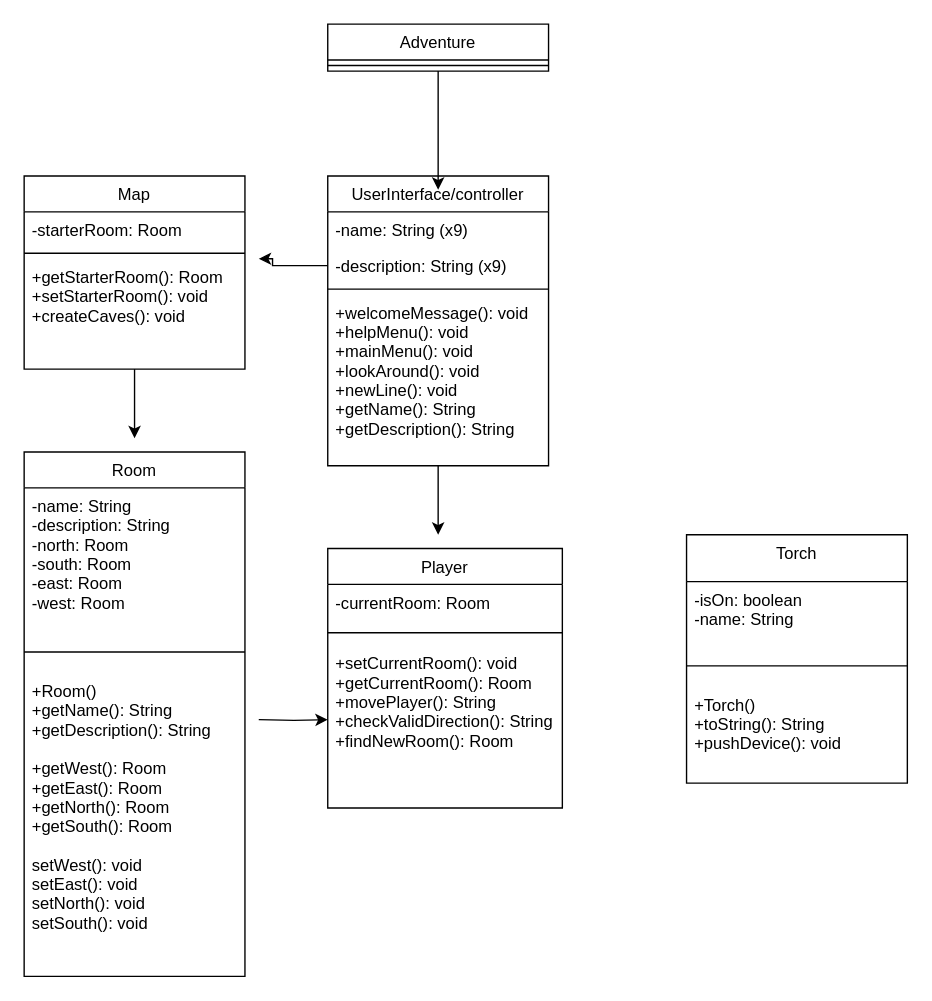
The draw.io diagram Untitled Diagram.drawio in tomm8231/adventureGame, before the edit. Source tidied: cells renumbered, new cells numbered last; positions are measured from the earlier drawing's top-left corner, leaving out a move shared by most shapes. Both pictures are drawn from the tidied source at 138%, with x=0, y=0 at pixel (23, 23).
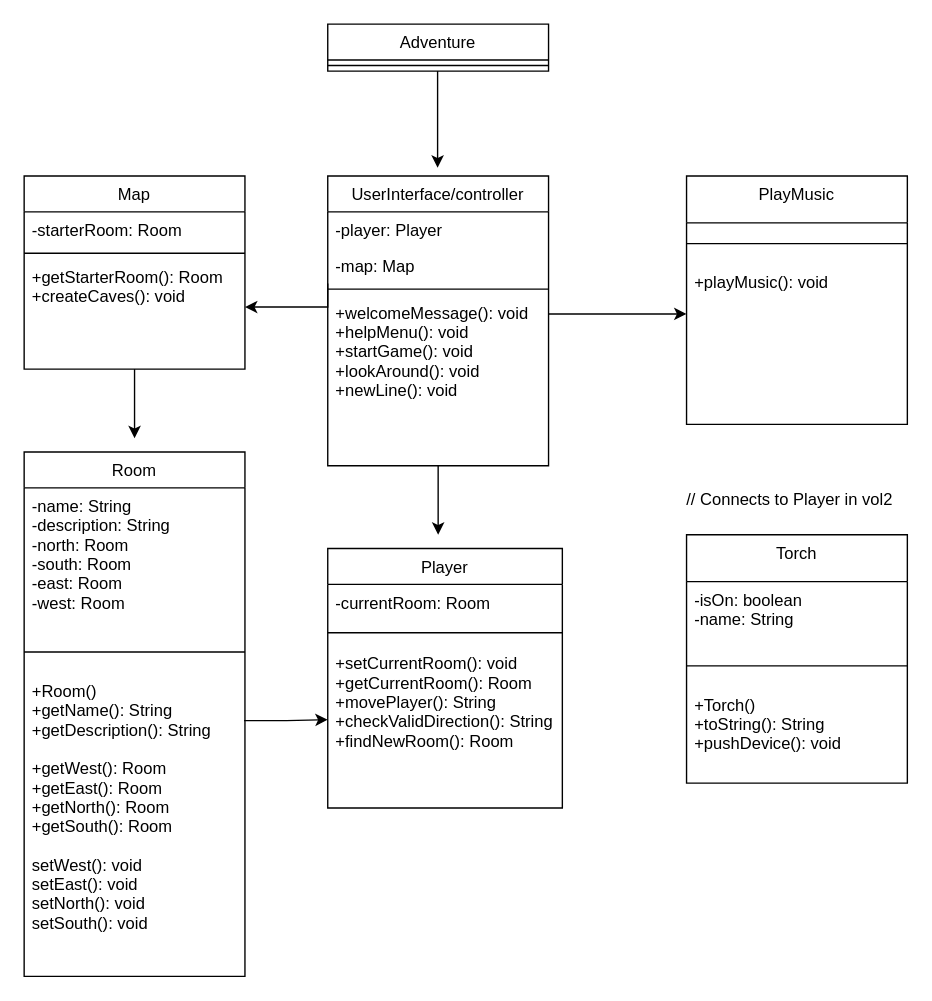
After the change.

The change refers to these unchanged cells:
```xml
<mxCell id="3" value="UserInterface/controller" style="swimlane;fontStyle=0;align=center;verticalAlign=top;horizontal=1;startSize=26;rounded=0;shadow=0;strokeWidth=1;" parent="1" vertex="1">
  <mxGeometry x="220" y="110" width="160" height="210" as="geometry" />
</mxCell>
<mxCell id="9" value="Adventure&#10;" style="swimlane;fontStyle=0;align=center;verticalAlign=top;horizontal=1;startSize=26;rounded=0;shadow=0;strokeWidth=1;" parent="1" vertex="1">
  <mxGeometry x="220" width="160" height="34" as="geometry" />
</mxCell>
<mxCell id="14" value="+setCurrentRoom(): void&#10;+getCurrentRoom(): Room&#10;+movePlayer(): String&#10;+checkValidDirection(): String&#10;+findNewRoom(): Room" style="text;align=left;verticalAlign=top;spacingLeft=4;spacingRight=4;overflow=hidden;points=[[0,0.5],[1,0.5]];portConstraint=eastwest;" parent="11" vertex="1">
  <mxGeometry y="70" width="170" height="108" as="geometry" />
</mxCell>
<mxCell id="16" value="Map" style="swimlane;fontStyle=0;align=center;verticalAlign=top;horizontal=1;startSize=26;rounded=0;shadow=0;strokeWidth=1;" parent="1" vertex="1">
  <mxGeometry y="110" width="160" height="140" as="geometry" />
</mxCell>
<mxCell id="27" value="+Room()&#10;+getName(): String&#10;+getDescription(): String&#10;&#10;+getWest(): Room&#10;+getEast(): Room&#10;+getNorth(): Room&#10;+getSouth(): Room&#10;&#10;setWest(): void&#10;setEast(): void&#10;setNorth(): void&#10;setSouth(): void&#10;" style="text;align=left;verticalAlign=top;spacingLeft=4;spacingRight=4;overflow=hidden;points=[[0,0.5],[1,0.5]];portConstraint=eastwest;" parent="24" vertex="1">
  <mxGeometry y="160" width="160" height="210" as="geometry" />
</mxCell>
```

What changed in the source:
```diff
@@
-    <mxCell id="4" value="-name: String (x9)" style="text;align=left;verticalAlign=top;spacingLeft=4;spacingRight=4;overflow=hidden;" parent="3" vertex="1">
+    <mxCell id="4" value="-player: Player" style="text;align=left;verticalAlign=top;spacingLeft=4;spacingRight=4;overflow=hidden;" parent="3" vertex="1">
       <mxGeometry y="26" width="160" height="26" as="geometry" />
     </mxCell>
-    <mxCell id="5" value="-description: String (x9)" style="text;align=left;verticalAlign=top;spacingLeft=4;spacingRight=4;overflow=hidden;points=[[0,0.5],[1,0.5]];portConstraint=eastwest;rounded=0;shadow=0;html=0;" parent="3" vertex="1">
+    <mxCell id="5" value="-map: Map" style="text;align=left;verticalAlign=top;spacingLeft=4;spacingRight=4;overflow=hidden;points=[[0,0.5],[1,0.5]];portConstraint=eastwest;rounded=0;shadow=0;html=0;" parent="3" vertex="1">
       <mxGeometry y="52" width="160" height="26" as="geometry" />
     </mxCell>
@@
-    <mxCell id="7" value="+welcomeMessage(): void&#10;+helpMenu(): void&#10;+mainMenu(): void&#10;+lookAround(): void&#10;+newLine(): void&#10;+getName(): String &#10;+getDescription(): String " style="text;align=left;verticalAlign=top;spacingLeft=4;spacingRight=4;overflow=hidden;points=[[0,0.5],[1,0.5]];portConstraint=eastwest;" parent="3" vertex="1">
-      <mxGeometry y="86" width="160" height="108" as="geometry" />
+    <mxCell id="7" value="+welcomeMessage(): void&#10;+helpMenu(): void&#10;+startGame(): void&#10;+lookAround(): void&#10;+newLine(): void" style="text;align=left;verticalAlign=top;spacingLeft=4;spacingRight=4;overflow=hidden;points=[[0,0.5],[1,0.5]];portConstraint=eastwest;" parent="3" vertex="1">
+      <mxGeometry y="86" width="160" height="94" as="geometry" />
     </mxCell>
-    <mxCell id="8" style="edgeStyle=orthogonalEdgeStyle;rounded=0;jettySize=auto;html=1;" parent="1" edge="1" source="9">
+    <mxCell id="8" style="edgeStyle=orthogonalEdgeStyle;rounded=0;orthogonalLoop=1;jettySize=auto;html=1;" parent="1" edge="1">
       <mxGeometry relative="1" as="geometry">
-        <mxPoint x="300" y="120" as="targetPoint" />
+        <mxPoint x="299.6" y="34" as="sourcePoint" />
+        <mxPoint x="299.6" y="104" as="targetPoint" />
         <Array as="points">
-          <mxPoint x="300" y="119" />
+          <mxPoint x="299.6" y="103" />
         </Array>
       </mxGeometry>
     </mxCell>
@@
-    <mxCell id="19" value="+getStarterRoom(): Room&#10;+setStarterRoom(): void&#10;+createCaves(): void" style="text;align=left;verticalAlign=top;spacingLeft=4;spacingRight=4;overflow=hidden;points=[[0,0.5],[1,0.5]];portConstraint=eastwest;" parent="16" vertex="1">
+    <mxCell id="19" value="+getStarterRoom(): Room&#10;+createCaves(): void" style="text;align=left;verticalAlign=top;spacingLeft=4;spacingRight=4;overflow=hidden;points=[[0,0.5],[1,0.5]];portConstraint=eastwest;" parent="16" vertex="1">
       <mxGeometry y="60" width="160" height="70" as="geometry" />
     </mxCell>
@@
-    <mxCell id="28" style="edgeStyle=orthogonalEdgeStyle;rounded=0;jettySize=auto;html=1;" parent="1" edge="1" source="5">
-      <mxGeometry relative="1" as="geometry">
-        <mxPoint x="170" y="170" as="targetPoint" />
-        <Array as="points">
-          <mxPoint x="180" y="175" />
-          <mxPoint x="180" y="170" />
-        </Array>
-      </mxGeometry>
-    </mxCell>
-    <mxCell id="29" style="edgeStyle=orthogonalEdgeStyle;rounded=0;jettySize=auto;html=1;" parent="1" edge="1" target="14">
-      <mxGeometry relative="1" as="geometry">
-        <mxPoint x="170" y="504" as="sourcePoint" />
-      </mxGeometry>
+    <mxCell id="29" style="edgeStyle=orthogonalEdgeStyle;rounded=0;jettySize=auto;html=1;exitX=0.996;exitY=0.165;exitDx=0;exitDy=0;exitPerimeter=0;" parent="1" edge="1" source="27" target="14">
+      <mxGeometry relative="1" as="geometry" />
     </mxCell>
+    <mxCell id="30" value="// Connects to Player in vol2" style="text;html=1;strokeColor=none;fillColor=none;align=center;verticalAlign=middle;whiteSpace=wrap;rounded=0;" parent="1" vertex="1">
+      <mxGeometry x="470" y="330" width="170" height="30" as="geometry" />
+    </mxCell>
+    <mxCell id="31" style="edgeStyle=orthogonalEdgeStyle;rounded=0;jettySize=auto;html=1;strokeColor=default;" parent="1" edge="1" source="5" target="19">
+      <mxGeometry relative="1" as="geometry">
+        <Array as="points">
+          <mxPoint x="220" y="205" />
+        </Array>
+      </mxGeometry>
+    </mxCell>
+    <mxCell id="32" value="PlayMusic" style="swimlane;fontStyle=0;align=center;verticalAlign=top;horizontal=1;startSize=34;rounded=0;shadow=0;strokeWidth=1;" parent="1" vertex="1">
+      <mxGeometry x="480" y="110" width="160" height="180" as="geometry" />
+    </mxCell>
+    <mxCell id="33" style="line;html=1;strokeWidth=1;align=left;verticalAlign=middle;spacingTop=-1;spacingLeft=3;spacingRight=3;labelPosition=right;" parent="32" vertex="1">
+      <mxGeometry y="34" width="160" height="30" as="geometry" />
+    </mxCell>
+    <mxCell id="34" value="+playMusic(): void" style="text;align=left;verticalAlign=top;spacingLeft=4;spacingRight=4;overflow=hidden;points=[[0,0.5],[1,0.5]];portConstraint=eastwest;" parent="32" vertex="1">
+      <mxGeometry y="64" width="160" height="70" as="geometry" />
+    </mxCell>
+    <mxCell id="35" style="edgeStyle=orthogonalEdgeStyle;rounded=0;jettySize=auto;html=1;strokeColor=default;" parent="1" edge="1" source="7" target="34">
+      <mxGeometry relative="1" as="geometry">
+        <Array as="points">
+          <mxPoint x="460" y="210" />
+          <mxPoint x="460" y="210" />
+        </Array>
+      </mxGeometry>
+    </mxCell>
```
